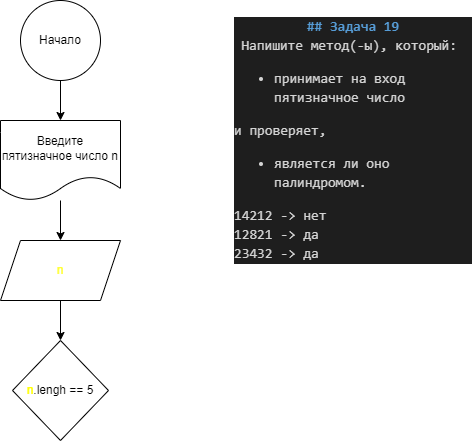
Above: Homework/Homewotk_03/Ex019/diagramma.drawio.png in dvmax1984/Csharp25022023 (draw.io), before the change. Source tidied: cells renumbered, new cells last; positions are measured from the earlier drawing's top-left corner, leaving out a move shared by most shapes. The source it was exported from:
```xml
<mxGraphModel>
  <root>
    <mxCell id="0" />
    <mxCell id="1" parent="0" />
    <mxCell id="2" value="&lt;div style=&quot;background-color: rgb(30, 30, 30); line-height: 19px;&quot;&gt;&lt;div style=&quot;color: rgb(212, 212, 212); font-family: Consolas, &amp;quot;Courier New&amp;quot;, monospace; font-size: 14px;&quot;&gt;&lt;span style=&quot;color: #569cd6;font-weight: bold;&quot;&gt;## Задача 19&lt;/span&gt;&lt;/div&gt;&lt;div style=&quot;color: rgb(212, 212, 212); font-family: Consolas, &amp;quot;Courier New&amp;quot;, monospace; font-size: 14px;&quot;&gt;&lt;span style=&quot;text-align: left;&quot;&gt;Напишите метод(-ы), который:&amp;nbsp;&lt;/span&gt;&lt;br&gt;&lt;ul&gt;&lt;li style=&quot;text-align: left;&quot;&gt;принимает на вход пятизначное число&amp;nbsp;&lt;/li&gt;&lt;/ul&gt;&lt;span style=&quot;&quot;&gt;&lt;div style=&quot;text-align: left;&quot;&gt;и проверяет,&amp;nbsp;&lt;/div&gt;&lt;/span&gt;&lt;ul&gt;&lt;li style=&quot;text-align: left;&quot;&gt;является ли оно палиндромом.&lt;/li&gt;&lt;/ul&gt;&lt;span style=&quot;&quot;&gt;&lt;div style=&quot;text-align: left;&quot;&gt;14212 -&amp;gt; нет&lt;/div&gt;&lt;/span&gt;&lt;div style=&quot;text-align: left;&quot;&gt;12821 -&amp;gt; да&lt;/div&gt;&lt;/div&gt;&lt;div style=&quot;&quot;&gt;&lt;div style=&quot;text-align: left;&quot;&gt;&lt;font face=&quot;Consolas, Courier New, monospace&quot; color=&quot;#d4d4d4&quot;&gt;&lt;span style=&quot;font-size: 14px;&quot;&gt;23432 -&amp;gt; да&lt;/span&gt;&lt;/font&gt;&lt;/div&gt;&lt;/div&gt;&lt;/div&gt;" style="text;strokeColor=none;align=center;fillColor=none;html=1;verticalAlign=middle;whiteSpace=wrap;rounded=0;" parent="1" vertex="1">
      <mxGeometry x="233" y="10" width="240" height="260" as="geometry" />
    </mxCell>
    <mxCell id="3" style="edgeStyle=none;html=1;" parent="1" edge="1" source="4" target="6">
      <mxGeometry relative="1" as="geometry" />
    </mxCell>
    <mxCell id="4" value="Начало" style="ellipse;whiteSpace=wrap;html=1;" parent="1" vertex="1">
      <mxGeometry x="20" width="80" height="80" as="geometry" />
    </mxCell>
    <mxCell id="5" style="edgeStyle=none;html=1;" parent="1" edge="1" source="6" target="8">
      <mxGeometry relative="1" as="geometry" />
    </mxCell>
    <mxCell id="6" value="Введите пятизначное число n" style="shape=document;whiteSpace=wrap;html=1;boundedLbl=1;" parent="1" vertex="1">
      <mxGeometry y="120" width="120" height="80" as="geometry" />
    </mxCell>
    <mxCell id="7" style="edgeStyle=none;html=1;" parent="1" edge="1" source="8" target="9">
      <mxGeometry relative="1" as="geometry" />
    </mxCell>
    <mxCell id="8" value="&lt;font color=&quot;#ffff33&quot;&gt;n&lt;/font&gt;" style="shape=parallelogram;perimeter=parallelogramPerimeter;whiteSpace=wrap;html=1;fixedSize=1;" parent="1" vertex="1">
      <mxGeometry y="240" width="120" height="60" as="geometry" />
    </mxCell>
    <mxCell id="9" value="&lt;font color=&quot;#ffff00&quot;&gt;n&lt;/font&gt;.lengh == 5" style="rhombus;whiteSpace=wrap;html=1;" parent="1" vertex="1">
      <mxGeometry x="12" y="340" width="96" height="100" as="geometry" />
    </mxCell>
  </root>
</mxGraphModel>
```
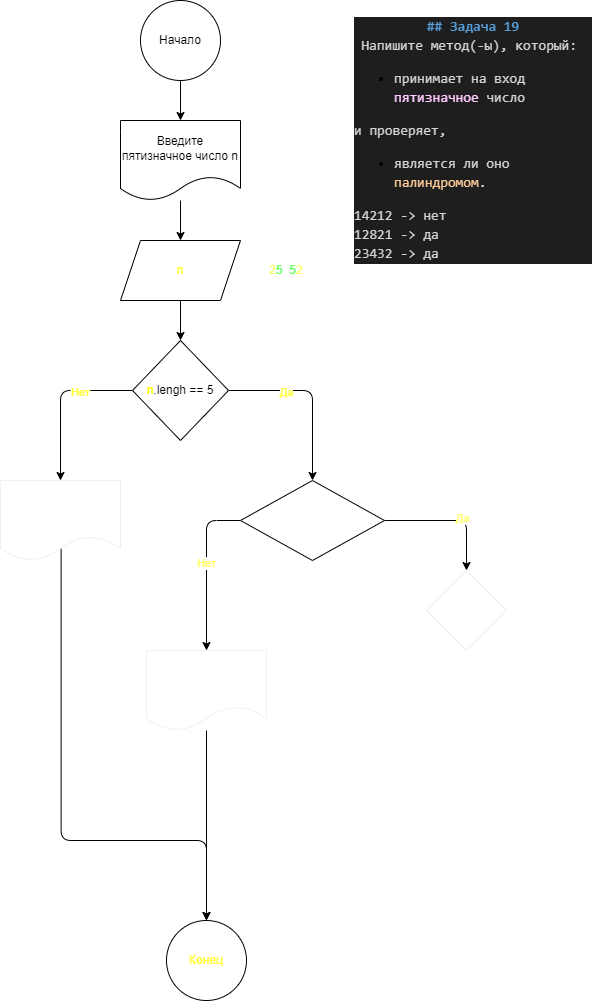
After the change.

Commit message:
Создал блок-схему задачи в HW03Ex019

Change to the diagram source:
```diff
@@ -2,7 +2,7 @@
   <root>
     <mxCell id="0" />
     <mxCell id="1" parent="0" />
-    <mxCell id="2" value="&lt;div style=&quot;background-color: rgb(30, 30, 30); line-height: 19px;&quot;&gt;&lt;div style=&quot;color: rgb(212, 212, 212); font-family: Consolas, &amp;quot;Courier New&amp;quot;, monospace; font-size: 14px;&quot;&gt;&lt;span style=&quot;color: #569cd6;font-weight: bold;&quot;&gt;## Задача 19&lt;/span&gt;&lt;/div&gt;&lt;div style=&quot;color: rgb(212, 212, 212); font-family: Consolas, &amp;quot;Courier New&amp;quot;, monospace; font-size: 14px;&quot;&gt;&lt;span style=&quot;text-align: left;&quot;&gt;Напишите метод(-ы), который:&amp;nbsp;&lt;/span&gt;&lt;br&gt;&lt;ul&gt;&lt;li style=&quot;text-align: left;&quot;&gt;принимает на вход пятизначное число&amp;nbsp;&lt;/li&gt;&lt;/ul&gt;&lt;span style=&quot;&quot;&gt;&lt;div style=&quot;text-align: left;&quot;&gt;и проверяет,&amp;nbsp;&lt;/div&gt;&lt;/span&gt;&lt;ul&gt;&lt;li style=&quot;text-align: left;&quot;&gt;является ли оно палиндромом.&lt;/li&gt;&lt;/ul&gt;&lt;span style=&quot;&quot;&gt;&lt;div style=&quot;text-align: left;&quot;&gt;14212 -&amp;gt; нет&lt;/div&gt;&lt;/span&gt;&lt;div style=&quot;text-align: left;&quot;&gt;12821 -&amp;gt; да&lt;/div&gt;&lt;/div&gt;&lt;div style=&quot;&quot;&gt;&lt;div style=&quot;text-align: left;&quot;&gt;&lt;font face=&quot;Consolas, Courier New, monospace&quot; color=&quot;#d4d4d4&quot;&gt;&lt;span style=&quot;font-size: 14px;&quot;&gt;23432 -&amp;gt; да&lt;/span&gt;&lt;/font&gt;&lt;/div&gt;&lt;/div&gt;&lt;/div&gt;" style="text;strokeColor=none;align=center;fillColor=none;html=1;verticalAlign=middle;whiteSpace=wrap;rounded=0;" parent="1" vertex="1">
+    <mxCell id="2" value="&lt;div style=&quot;background-color: rgb(30, 30, 30); line-height: 19px;&quot;&gt;&lt;div style=&quot;color: rgb(212, 212, 212); font-family: Consolas, &amp;quot;Courier New&amp;quot;, monospace; font-size: 14px;&quot;&gt;&lt;span style=&quot;color: #569cd6;font-weight: bold;&quot;&gt;## Задача 19&lt;/span&gt;&lt;/div&gt;&lt;div style=&quot;font-family: Consolas, &amp;quot;Courier New&amp;quot;, monospace; font-size: 14px;&quot;&gt;&lt;span style=&quot;color: rgb(212, 212, 212); text-align: left;&quot;&gt;Напишите метод(-ы), который:&amp;nbsp;&lt;/span&gt;&lt;br&gt;&lt;ul style=&quot;&quot;&gt;&lt;li style=&quot;text-align: left;&quot;&gt;&lt;font color=&quot;#d4d4d4&quot;&gt;принимает на вход &lt;/font&gt;&lt;font color=&quot;#ffccff&quot;&gt;пятизначное &lt;/font&gt;&lt;font color=&quot;#d4d4d4&quot;&gt;число&amp;nbsp;&lt;/font&gt;&lt;/li&gt;&lt;/ul&gt;&lt;span style=&quot;color: rgb(212, 212, 212);&quot;&gt;&lt;div style=&quot;text-align: left;&quot;&gt;и проверяет,&amp;nbsp;&lt;/div&gt;&lt;/span&gt;&lt;ul style=&quot;&quot;&gt;&lt;li style=&quot;text-align: left;&quot;&gt;&lt;font color=&quot;#d4d4d4&quot;&gt;является ли оно &lt;/font&gt;&lt;font color=&quot;#ffcc99&quot;&gt;палиндромом&lt;/font&gt;&lt;font color=&quot;#d4d4d4&quot;&gt;.&lt;/font&gt;&lt;/li&gt;&lt;/ul&gt;&lt;span style=&quot;color: rgb(212, 212, 212);&quot;&gt;&lt;div style=&quot;text-align: left;&quot;&gt;14212 -&amp;gt; нет&lt;/div&gt;&lt;/span&gt;&lt;div style=&quot;color: rgb(212, 212, 212); text-align: left;&quot;&gt;12821 -&amp;gt; да&lt;/div&gt;&lt;/div&gt;&lt;div style=&quot;&quot;&gt;&lt;div style=&quot;text-align: left;&quot;&gt;&lt;font face=&quot;Consolas, Courier New, monospace&quot; color=&quot;#d4d4d4&quot;&gt;&lt;span style=&quot;font-size: 14px;&quot;&gt;23432 -&amp;gt; да&lt;/span&gt;&lt;/font&gt;&lt;/div&gt;&lt;/div&gt;&lt;/div&gt;" style="text;strokeColor=none;align=center;fillColor=none;html=1;verticalAlign=middle;whiteSpace=wrap;rounded=0;" parent="1" vertex="1">
       <mxGeometry x="233" y="10" width="240" height="260" as="geometry" />
     </mxCell>
     <mxCell id="3" style="edgeStyle=none;html=1;" parent="1" edge="1" source="4" target="6">
@@ -23,8 +23,67 @@
     <mxCell id="8" value="&lt;font color=&quot;#ffff33&quot;&gt;n&lt;/font&gt;" style="shape=parallelogram;perimeter=parallelogramPerimeter;whiteSpace=wrap;html=1;fixedSize=1;" parent="1" vertex="1">
       <mxGeometry y="240" width="120" height="60" as="geometry" />
     </mxCell>
+    <mxCell id="10" style="edgeStyle=orthogonalEdgeStyle;html=1;exitX=1;exitY=0.5;exitDx=0;exitDy=0;entryX=0.5;entryY=0;entryDx=0;entryDy=0;fontColor=#FFFF33;" parent="1" edge="1" source="9" target="21">
+      <mxGeometry relative="1" as="geometry" />
+    </mxCell>
+    <mxCell id="11" value="Да" style="edgeLabel;html=1;align=center;verticalAlign=middle;fontColor=#FFFF33;" parent="10" vertex="1">
+      <mxGeometry x="-0.35" y="-1" relative="1" as="geometry" />
+    </mxCell>
+    <mxCell id="12" style="edgeStyle=orthogonalEdgeStyle;html=1;exitX=0;exitY=0.5;exitDx=0;exitDy=0;fontColor=#FFFF33;" parent="1" edge="1" source="9" target="15">
+      <mxGeometry relative="1" as="geometry" />
+    </mxCell>
+    <mxCell id="13" value="Нет" style="edgeLabel;html=1;align=center;verticalAlign=middle;fontColor=#FFFF33;" parent="12" vertex="1">
+      <mxGeometry x="-0.34" y="1" relative="1" as="geometry" />
+    </mxCell>
     <mxCell id="9" value="&lt;font color=&quot;#ffff00&quot;&gt;n&lt;/font&gt;.lengh == 5" style="rhombus;whiteSpace=wrap;html=1;" parent="1" vertex="1">
       <mxGeometry x="12" y="340" width="96" height="100" as="geometry" />
     </mxCell>
+    <mxCell id="14" style="edgeStyle=orthogonalEdgeStyle;html=1;entryX=0.5;entryY=0;entryDx=0;entryDy=0;fontColor=#FFFF33;exitX=0.505;exitY=0.852;exitDx=0;exitDy=0;exitPerimeter=0;" parent="1" edge="1" source="15" target="16">
+      <mxGeometry relative="1" as="geometry">
+        <Array as="points">
+          <mxPoint x="-59" y="840" />
+          <mxPoint x="86" y="840" />
+        </Array>
+      </mxGeometry>
+    </mxCell>
+    <mxCell id="15" value="&lt;font color=&quot;#ffffff&quot;&gt;Число должно быть пятизначным!&lt;/font&gt;" style="shape=document;whiteSpace=wrap;html=1;boundedLbl=1;fontColor=#FFFF33;strokeColor=#F0F0F0;" parent="1" vertex="1">
+      <mxGeometry x="-120" y="480" width="120" height="80" as="geometry" />
+    </mxCell>
+    <mxCell id="16" value="Конец" style="ellipse;whiteSpace=wrap;html=1;fontColor=#FFFF33;" parent="1" vertex="1">
+      <mxGeometry x="46" y="920" width="80" height="80" as="geometry" />
+    </mxCell>
+    <mxCell id="17" style="edgeStyle=orthogonalEdgeStyle;html=1;exitX=1;exitY=0.5;exitDx=0;exitDy=0;entryX=0.5;entryY=0;entryDx=0;entryDy=0;fontColor=#66FF66;" parent="1" edge="1" source="21" target="25">
+      <mxGeometry relative="1" as="geometry" />
+    </mxCell>
+    <mxCell id="18" value="&lt;font color=&quot;#ffff66&quot;&gt;Да&lt;/font&gt;" style="edgeLabel;html=1;align=center;verticalAlign=middle;fontColor=#66FF66;" parent="17" vertex="1">
+      <mxGeometry x="0.16" y="3" relative="1" as="geometry" />
+    </mxCell>
+    <mxCell id="19" style="edgeStyle=orthogonalEdgeStyle;html=1;exitX=0;exitY=0.5;exitDx=0;exitDy=0;entryX=0.5;entryY=0;entryDx=0;entryDy=0;fontColor=#FFFF66;" parent="1" edge="1" source="21" target="27">
+      <mxGeometry relative="1" as="geometry" />
+    </mxCell>
+    <mxCell id="20" value="Нет" style="edgeLabel;html=1;align=center;verticalAlign=middle;fontColor=#FFFF66;" parent="19" vertex="1">
+      <mxGeometry x="-0.08" y="-1" relative="1" as="geometry" />
+    </mxCell>
+    <mxCell id="21" value="&lt;font color=&quot;#ffffff&quot;&gt;n % 10 == n &lt;br&gt;&amp;amp;&amp;amp; &lt;br&gt;n / 1000 = n&amp;nbsp;&lt;/font&gt;" style="rhombus;whiteSpace=wrap;html=1;fontColor=#FFFF33;" parent="1" vertex="1">
+      <mxGeometry x="120" y="480" width="144" height="80" as="geometry" />
+    </mxCell>
+    <mxCell id="22" value="&lt;font color=&quot;#ffff66&quot;&gt;2&lt;/font&gt;&lt;font color=&quot;#66ff66&quot;&gt;5&lt;/font&gt;&lt;font color=&quot;#ffffff&quot;&gt;1&lt;/font&gt;&lt;font color=&quot;#66ff66&quot;&gt;5&lt;/font&gt;&lt;font color=&quot;#ffff66&quot;&gt;2&lt;/font&gt;" style="text;strokeColor=none;align=center;fillColor=none;html=1;verticalAlign=middle;whiteSpace=wrap;rounded=0;fontColor=#FFFF33;" parent="1" vertex="1">
+      <mxGeometry x="136" y="255" width="60" height="30" as="geometry" />
+    </mxCell>
+    <mxCell id="23" value="&lt;font color=&quot;#ffffff&quot;&gt;25152 % 10 = 2&lt;/font&gt;" style="text;strokeColor=none;align=center;fillColor=none;html=1;verticalAlign=middle;whiteSpace=wrap;rounded=0;fontColor=#FFFF33;" parent="1" vertex="1">
+      <mxGeometry x="286" y="460" width="110" height="30" as="geometry" />
+    </mxCell>
+    <mxCell id="24" value="&lt;font color=&quot;#ffffff&quot;&gt;25152 / 1000 = 2&lt;/font&gt;" style="text;strokeColor=none;align=center;fillColor=none;html=1;verticalAlign=middle;whiteSpace=wrap;rounded=0;fontColor=#FFFF33;" parent="1" vertex="1">
+      <mxGeometry x="286" y="480" width="110" height="30" as="geometry" />
+    </mxCell>
+    <mxCell id="25" style="rhombus;whiteSpace=wrap;html=1;strokeColor=#F0F0F0;fontColor=#66FF66;" parent="1" vertex="1">
+      <mxGeometry x="306" y="570" width="80" height="80" as="geometry" />
+    </mxCell>
+    <mxCell id="26" style="edgeStyle=orthogonalEdgeStyle;html=1;entryX=0.5;entryY=0;entryDx=0;entryDy=0;fontColor=#FFFF66;" parent="1" edge="1" source="27" target="16">
+      <mxGeometry relative="1" as="geometry" />
+    </mxCell>
+    <mxCell id="27" value="&lt;font color=&quot;#ffffff&quot;&gt;Число не является палиндромом&lt;/font&gt;" style="shape=document;whiteSpace=wrap;html=1;boundedLbl=1;strokeColor=#F0F0F0;fontColor=#FFFF66;" parent="1" vertex="1">
+      <mxGeometry x="26" y="650" width="120" height="80" as="geometry" />
+    </mxCell>
   </root>
 </mxGraphModel>
```
